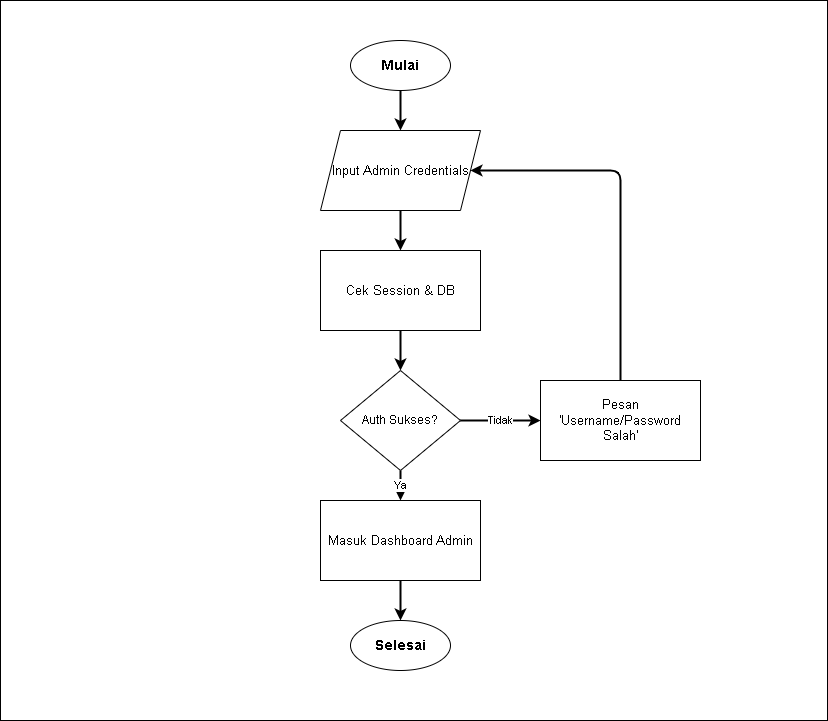
Before: diagram/flowchart/admin_login.png, a diagram exported from draw.io (Jinsky/Jinsky). Source tidied: cells renumbered, new cells last; positions are measured from the earlier drawing's top-left corner, leaving out a move shared by most shapes.
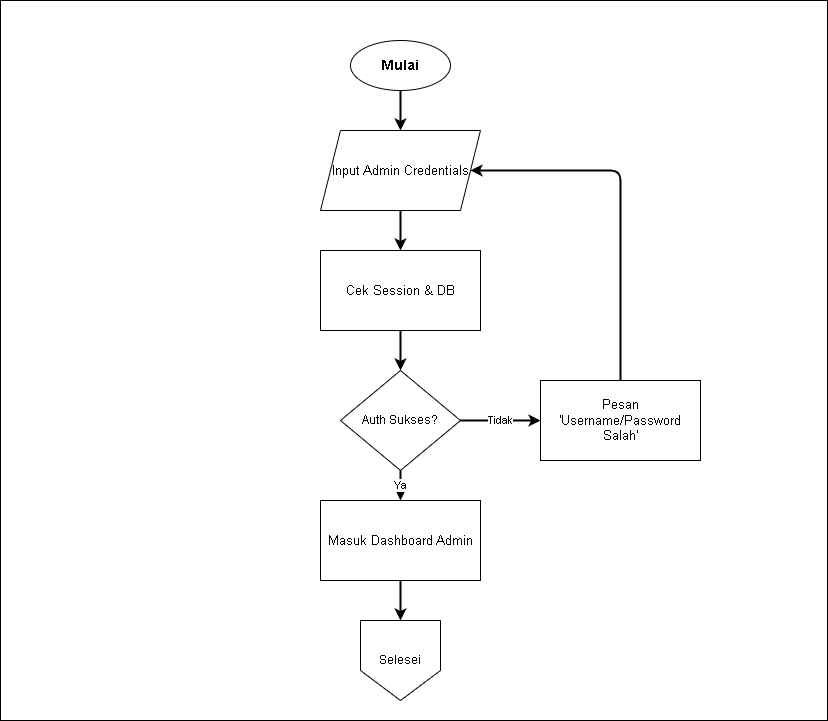
After the change.

Commit message:
Update flowchart diagrams for admin login and penyakit with improved layout and structure

Change to the diagram source:
```diff
@@ -23,9 +23,6 @@
     <mxCell id="8" value="Pesan 'Username/Password Salah'" style="rounded=0;whiteSpace=wrap;html=1;fontSize=13;" parent="1" vertex="1">
       <mxGeometry x="540" y="380" width="160" height="80" as="geometry" />
     </mxCell>
-    <mxCell id="9" value="Selesai" style="ellipse;whiteSpace=wrap;html=1;fontStyle=1;fontSize=14;" parent="1" vertex="1">
-      <mxGeometry x="350" y="620" width="100" height="50" as="geometry" />
-    </mxCell>
     <mxCell id="10" style="edgeStyle=orthogonalEdgeStyle;rounded=1;jettySize=auto;html=1;strokeWidth=2;fontSize=11;" parent="1" edge="1" source="3" target="4">
       <mxGeometry relative="1" as="geometry" />
     </mxCell>
@@ -48,8 +45,13 @@
         </Array>
       </mxGeometry>
     </mxCell>
-    <mxCell id="16" style="edgeStyle=orthogonalEdgeStyle;rounded=1;jettySize=auto;html=1;strokeWidth=2;fontSize=11;" parent="1" edge="1" source="7" target="9">
-      <mxGeometry relative="1" as="geometry" />
+    <mxCell id="16" style="edgeStyle=orthogonalEdgeStyle;rounded=1;jettySize=auto;html=1;strokeWidth=2;fontSize=11;" parent="1" edge="1" source="7">
+      <mxGeometry relative="1" as="geometry">
+        <mxPoint x="400" y="620" as="targetPoint" />
+      </mxGeometry>
     </mxCell>
+    <mxCell id="17" value="Selesei" style="shape=offPageConnector;whiteSpace=wrap;html=1;" parent="1" vertex="1">
+      <mxGeometry x="360" y="620" width="80" height="80" as="geometry" />
+    </mxCell>
   </root>
 </mxGraphModel>
```
